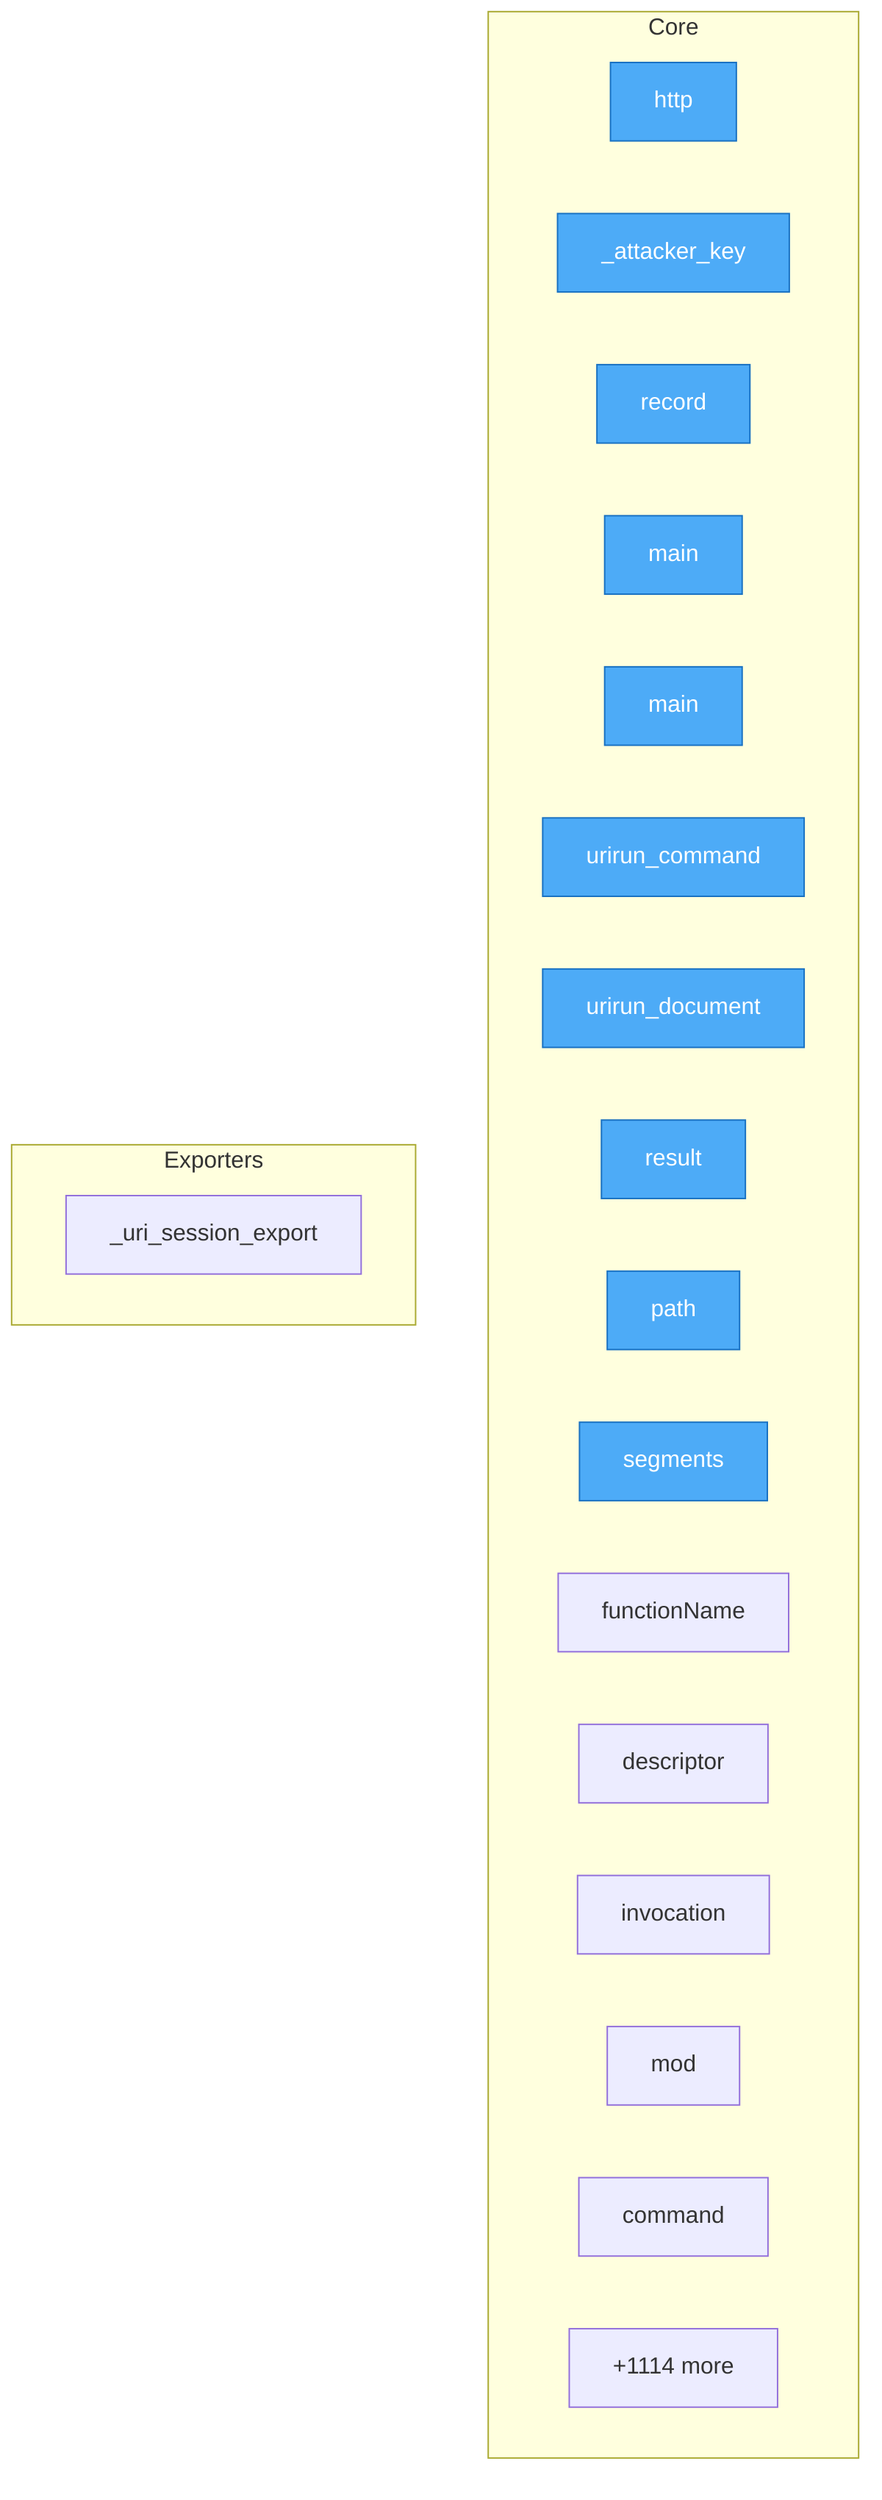
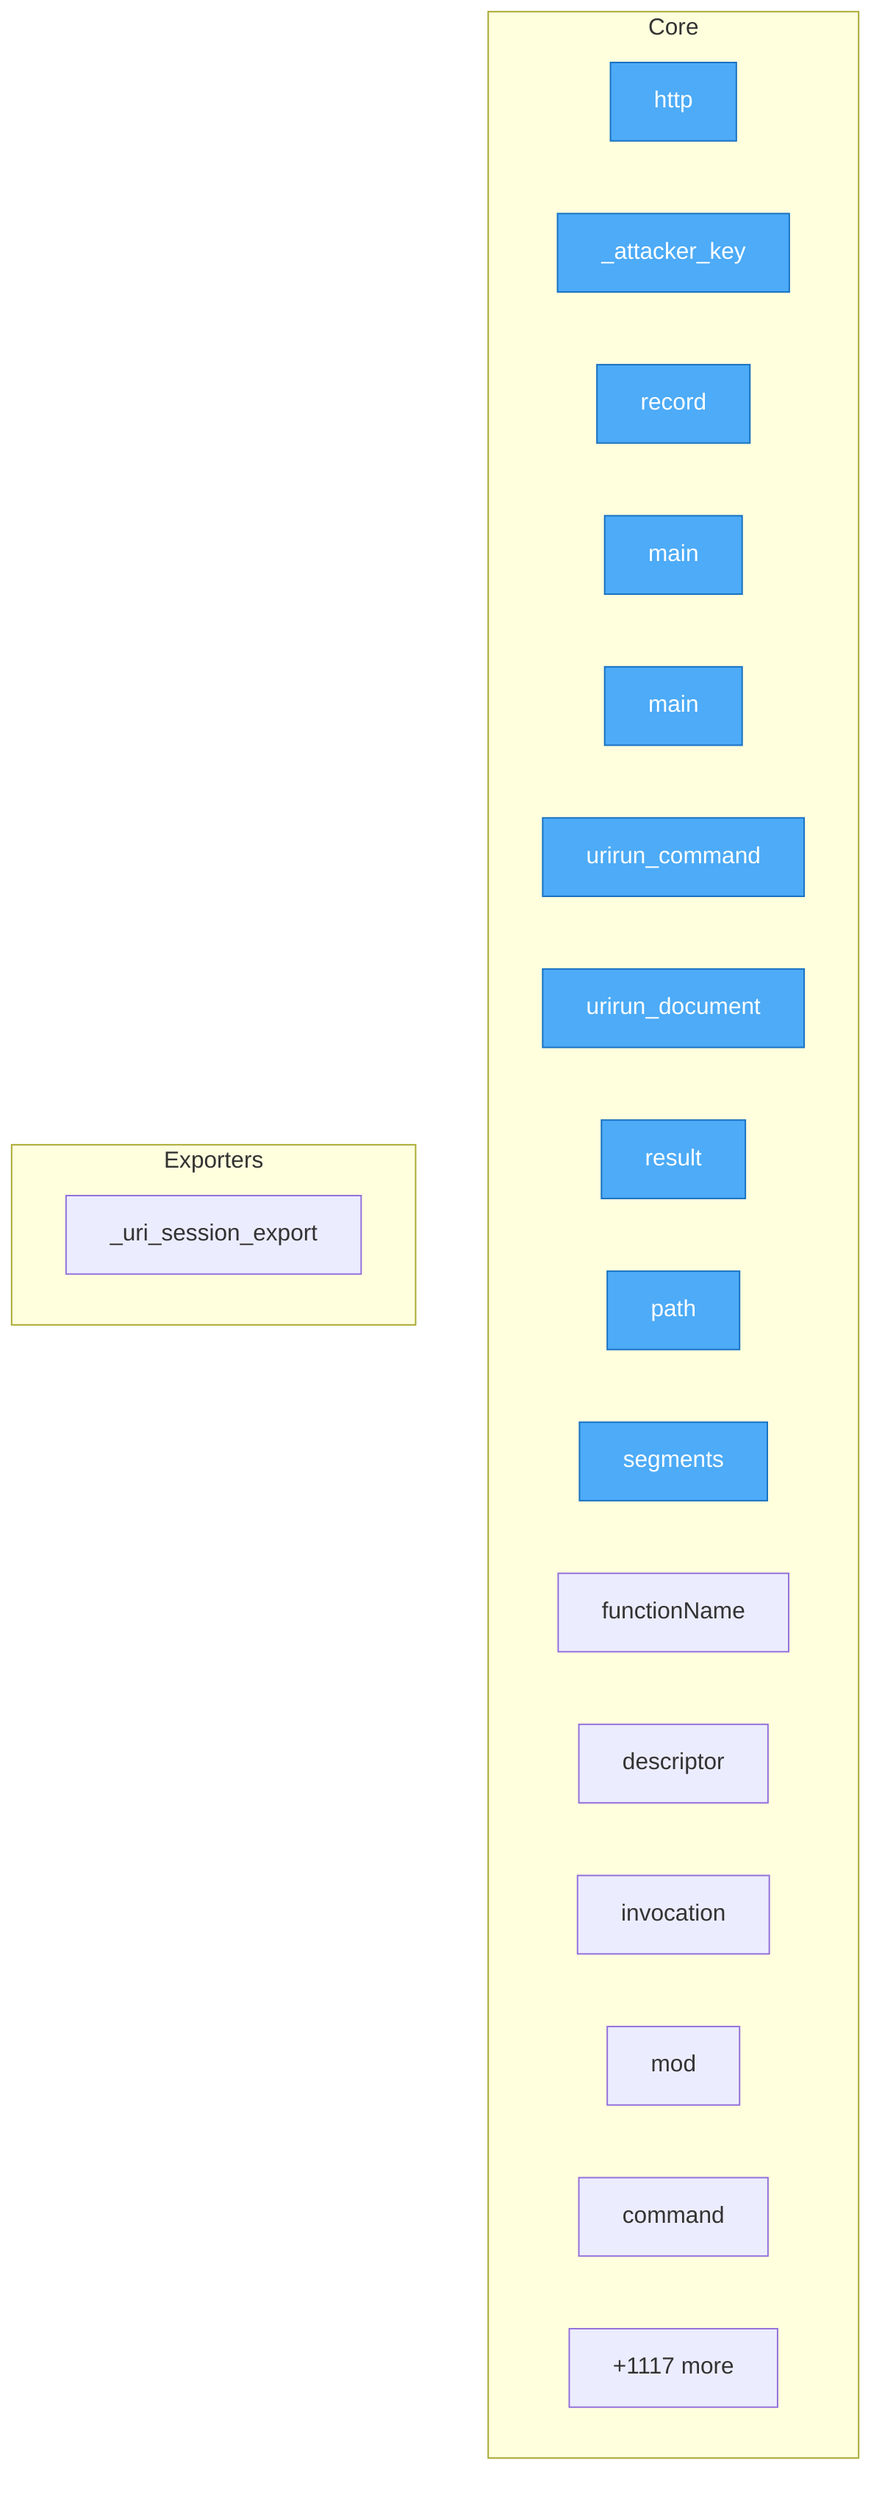
flowchart TD
%% generated in 0.09s

    %% Entry points (blue)
    classDef entry fill:#4dabf7,stroke:#1971c2,color:#fff

    subgraph Core
        security__mesh_probe__probe__http["http"]
        security__mesh_probe__probe___attacker_key["_attacker_key"]
        security__mesh_probe__probe__record["record"]
        adapters__conformance__main["main"]
        adapters__new_connector__main["main"]
        adapters__bash__urirun__urirun_command["urirun_command"]
        adapters__bash__urirun__urirun_document["urirun_document"]
        adapters__js__index__test__result["result"]
        adapters__js__path["path"]
        adapters__js__segments["segments"]
        adapters__js__functionName["functionName"]
        adapters__js__descriptor["descriptor"]
        adapters__js__invocation["invocation"]
        adapters__js__mod["mod"]
        adapters__java__Urirun__Urirun__command["command"]
-         ...["+1114 more"]
+         ...["+1117 more"]
    end

    subgraph Exporters
        adapters__python__urirun__node__skill___uri_session_export["_uri_session_export"]
    end

    class security__mesh_probe__probe__http,security__mesh_probe__probe___attacker_key,security__mesh_probe__probe__record,adapters__conformance__main,adapters__new_connector__main,adapters__bash__urirun__urirun_command,adapters__bash__urirun__urirun_document,adapters__js__index__test__result,adapters__js__path,adapters__js__segments entry
